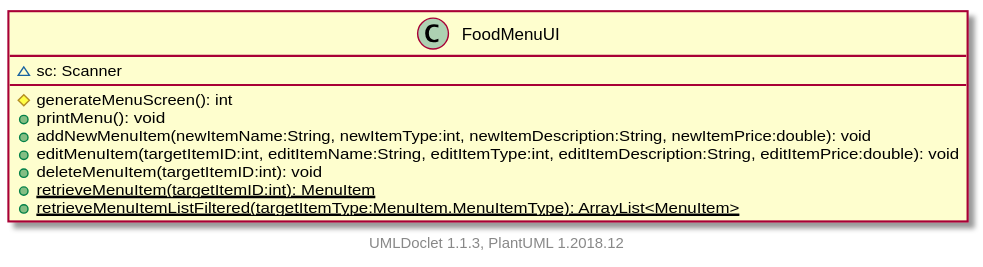
The PlantUML diagram projects/oodp/html/umlversion/uml/sg.edu.ntu.scse.cz2002.ui.FoodMenuUI.svg in itachi1706/How-to-use-Git-NTUSCSE1819-Site, before a commit. The source it was exported from:
```plantuml
@startuml

    class FoodMenuUI [[../sg/edu/ntu/scse/cz2002/ui/FoodMenuUI.html]] {
        ~sc: Scanner
        #generateMenuScreen(): int
        +printMenu(): void
        +addNewMenuItem(newItemName:String, newItemType:int, newItemDescription:String, newItemPrice:double): void
        +editMenuItem(targetItemID:int, editItemName:String, editItemType:int, editItemDescription:String, editItemPrice:double): void
        +deleteMenuItem(targetItemID:int): void
        {static} +retrieveMenuItem(targetItemID:int): MenuItem
        {static} +retrieveMenuItemListFiltered(targetItemType:MenuItem.MenuItemType): ArrayList<MenuItem>
    }


    center footer UMLDoclet 1.1.3, PlantUML 1.2018.12
@enduml
```
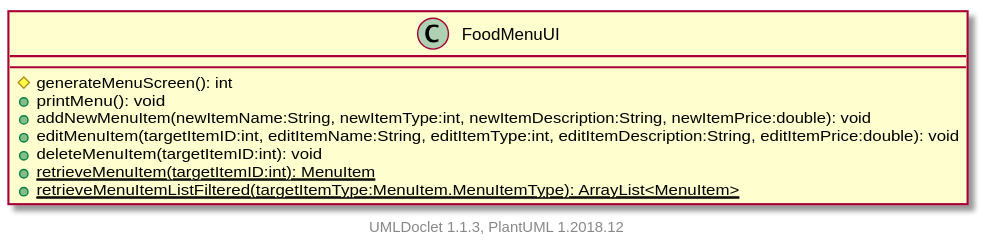
After the commit.

What changed in the source:
```diff
@@ -1,7 +1,6 @@
 @startuml
 
     class FoodMenuUI [[../sg/edu/ntu/scse/cz2002/ui/FoodMenuUI.html]] {
-        ~sc: Scanner
         #generateMenuScreen(): int
         +printMenu(): void
         +addNewMenuItem(newItemName:String, newItemType:int, newItemDescription:String, newItemPrice:double): void
```
